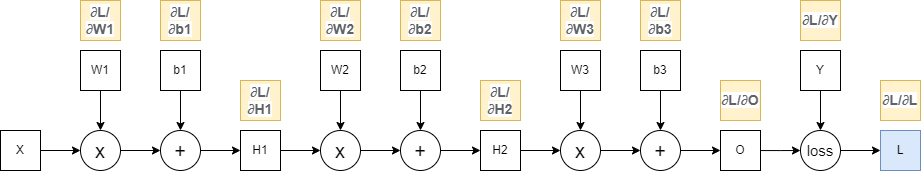
Before: mlp-with-loss-vectorization.drawio.png, a diagram exported from draw.io (lsc4719/MyViewOfComputationalGraphs). Source tidied: cells renumbered, new cells last; positions are measured from the earlier drawing's top-left corner, leaving out a move shared by most shapes.
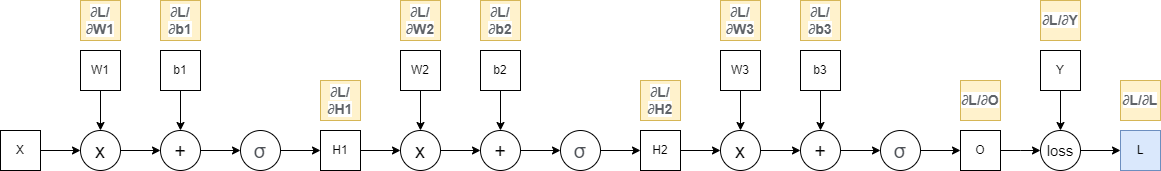
Later version of the same file.

Commit message:
mlp-with-loss-vectorization.drawio.png이 추가되었습니다.

Diff of the diagram source:
```diff
@@ -26,7 +26,7 @@
     <mxCell id="9" value="b1" style="whiteSpace=wrap;html=1;" parent="1" vertex="1">
       <mxGeometry x="160" y="50" width="40" height="40" as="geometry" />
     </mxCell>
-    <mxCell id="10" style="edgeStyle=orthogonalEdgeStyle;rounded=0;jettySize=auto;html=1;" parent="1" edge="1" source="11" target="13">
+    <mxCell id="10" style="edgeStyle=orthogonalEdgeStyle;rounded=0;jettySize=auto;html=1;entryX=0;entryY=0.5;entryDx=0;entryDy=0;" parent="1" edge="1" source="11" target="51">
       <mxGeometry relative="1" as="geometry" />
     </mxCell>
     <mxCell id="11" value="+" style="ellipse;whiteSpace=wrap;html=1;fontSize=20;" parent="1" vertex="1">
@@ -36,69 +36,69 @@
       <mxGeometry relative="1" as="geometry" />
     </mxCell>
     <mxCell id="13" value="H1" style="whiteSpace=wrap;html=1;" parent="1" vertex="1">
-      <mxGeometry x="240" y="130" width="40" height="40" as="geometry" />
+      <mxGeometry x="320" y="130" width="40" height="40" as="geometry" />
     </mxCell>
     <mxCell id="14" style="edgeStyle=orthogonalEdgeStyle;rounded=0;jettySize=auto;html=1;entryX=0;entryY=0.5;entryDx=0;entryDy=0;" parent="1" edge="1" source="15" target="21">
       <mxGeometry relative="1" as="geometry" />
     </mxCell>
     <mxCell id="15" value="x" style="ellipse;whiteSpace=wrap;html=1;fontSize=20;" parent="1" vertex="1">
-      <mxGeometry x="320" y="130" width="40" height="40" as="geometry" />
+      <mxGeometry x="400" y="130" width="40" height="40" as="geometry" />
     </mxCell>
     <mxCell id="16" style="edgeStyle=orthogonalEdgeStyle;rounded=0;jettySize=auto;html=1;" parent="1" edge="1" source="17" target="15">
       <mxGeometry relative="1" as="geometry" />
     </mxCell>
     <mxCell id="17" value="W2" style="whiteSpace=wrap;html=1;" parent="1" vertex="1">
-      <mxGeometry x="320" y="50" width="40" height="40" as="geometry" />
+      <mxGeometry x="400" y="50" width="40" height="40" as="geometry" />
     </mxCell>
     <mxCell id="18" style="edgeStyle=orthogonalEdgeStyle;rounded=0;jettySize=auto;html=1;" parent="1" edge="1" source="19" target="21">
       <mxGeometry relative="1" as="geometry" />
     </mxCell>
     <mxCell id="19" value="b2" style="whiteSpace=wrap;html=1;" parent="1" vertex="1">
-      <mxGeometry x="400" y="50" width="40" height="40" as="geometry" />
+      <mxGeometry x="480" y="50" width="40" height="40" as="geometry" />
     </mxCell>
-    <mxCell id="20" style="edgeStyle=orthogonalEdgeStyle;rounded=0;jettySize=auto;html=1;" parent="1" edge="1" source="21" target="23">
+    <mxCell id="20" style="edgeStyle=orthogonalEdgeStyle;rounded=0;jettySize=auto;html=1;entryX=0;entryY=0.5;entryDx=0;entryDy=0;" parent="1" edge="1" source="21" target="53">
       <mxGeometry relative="1" as="geometry" />
     </mxCell>
     <mxCell id="21" value="+" style="ellipse;whiteSpace=wrap;html=1;fontSize=20;" parent="1" vertex="1">
-      <mxGeometry x="400" y="130" width="40" height="40" as="geometry" />
+      <mxGeometry x="480" y="130" width="40" height="40" as="geometry" />
     </mxCell>
     <mxCell id="22" style="edgeStyle=orthogonalEdgeStyle;rounded=0;jettySize=auto;html=1;exitX=1;exitY=0.5;exitDx=0;exitDy=0;" parent="1" edge="1" source="23" target="25">
       <mxGeometry relative="1" as="geometry" />
     </mxCell>
     <mxCell id="23" value="H2" style="whiteSpace=wrap;html=1;" parent="1" vertex="1">
-      <mxGeometry x="480" y="130" width="40" height="40" as="geometry" />
+      <mxGeometry x="640" y="130" width="40" height="40" as="geometry" />
     </mxCell>
     <mxCell id="24" style="edgeStyle=orthogonalEdgeStyle;rounded=0;jettySize=auto;html=1;entryX=0;entryY=0.5;entryDx=0;entryDy=0;" parent="1" edge="1" source="25" target="31">
       <mxGeometry relative="1" as="geometry" />
     </mxCell>
     <mxCell id="25" value="x" style="ellipse;whiteSpace=wrap;html=1;fontSize=20;" parent="1" vertex="1">
-      <mxGeometry x="560" y="130" width="40" height="40" as="geometry" />
+      <mxGeometry x="720" y="130" width="40" height="40" as="geometry" />
     </mxCell>
     <mxCell id="26" style="edgeStyle=orthogonalEdgeStyle;rounded=0;jettySize=auto;html=1;" parent="1" edge="1" source="27" target="25">
       <mxGeometry relative="1" as="geometry" />
     </mxCell>
     <mxCell id="27" value="W3" style="whiteSpace=wrap;html=1;" parent="1" vertex="1">
-      <mxGeometry x="560" y="50" width="40" height="40" as="geometry" />
+      <mxGeometry x="720" y="50" width="40" height="40" as="geometry" />
     </mxCell>
     <mxCell id="28" style="edgeStyle=orthogonalEdgeStyle;rounded=0;jettySize=auto;html=1;" parent="1" edge="1" source="29" target="31">
       <mxGeometry relative="1" as="geometry" />
     </mxCell>
     <mxCell id="29" value="b3" style="whiteSpace=wrap;html=1;" parent="1" vertex="1">
-      <mxGeometry x="640" y="50" width="40" height="40" as="geometry" />
+      <mxGeometry x="800" y="50" width="40" height="40" as="geometry" />
     </mxCell>
-    <mxCell id="30" style="edgeStyle=orthogonalEdgeStyle;rounded=0;jettySize=auto;html=1;" parent="1" edge="1" source="31" target="33">
+    <mxCell id="30" style="edgeStyle=orthogonalEdgeStyle;rounded=0;jettySize=auto;html=1;entryX=0;entryY=0.5;entryDx=0;entryDy=0;" parent="1" edge="1" source="31" target="55">
       <mxGeometry relative="1" as="geometry" />
     </mxCell>
     <mxCell id="31" value="+" style="ellipse;whiteSpace=wrap;html=1;fontSize=20;" parent="1" vertex="1">
-      <mxGeometry x="640" y="130" width="40" height="40" as="geometry" />
+      <mxGeometry x="800" y="130" width="40" height="40" as="geometry" />
     </mxCell>
     <mxCell id="32" style="edgeStyle=orthogonalEdgeStyle;rounded=0;jettySize=auto;html=1;entryX=0;entryY=0.5;entryDx=0;entryDy=0;" parent="1" edge="1" source="33">
       <mxGeometry relative="1" as="geometry">
-        <mxPoint x="800" y="150" as="targetPoint" />
+        <mxPoint x="1040" y="150" as="targetPoint" />
       </mxGeometry>
     </mxCell>
     <mxCell id="33" value="O" style="whiteSpace=wrap;html=1;" parent="1" vertex="1">
-      <mxGeometry x="720" y="130" width="40" height="40" as="geometry" />
+      <mxGeometry x="960" y="130" width="40" height="40" as="geometry" />
     </mxCell>
     <mxCell id="34" value="&lt;span style=&quot;font-weight: bold; color: rgb(95, 99, 104); font-family: &amp;quot;Apple SD Gothic Neo&amp;quot;, arial, sans-serif; font-size: 14px; text-align: left; background-color: rgb(255, 255, 255);&quot;&gt;∂L/&lt;/span&gt;&lt;span style=&quot;font-weight: bold; color: rgb(95, 99, 104); font-family: &amp;quot;Apple SD Gothic Neo&amp;quot;, arial, sans-serif; font-size: 14px; text-align: left; background-color: rgb(255, 255, 255);&quot;&gt;∂W1&lt;/span&gt;" style="whiteSpace=wrap;html=1;fillColor=#fff2cc;strokeColor=#d6b656;" parent="1" vertex="1">
       <mxGeometry x="80" width="40" height="40" as="geometry" />
@@ -107,46 +107,64 @@
       <mxGeometry x="160" width="40" height="40" as="geometry" />
     </mxCell>
     <mxCell id="36" value="&lt;span style=&quot;font-weight: bold; color: rgb(95, 99, 104); font-family: &amp;quot;Apple SD Gothic Neo&amp;quot;, arial, sans-serif; font-size: 14px; text-align: left; background-color: rgb(255, 255, 255);&quot;&gt;∂L/&lt;/span&gt;&lt;span style=&quot;font-weight: bold; color: rgb(95, 99, 104); font-family: &amp;quot;Apple SD Gothic Neo&amp;quot;, arial, sans-serif; font-size: 14px; text-align: left; background-color: rgb(255, 255, 255);&quot;&gt;∂H1&lt;/span&gt;" style="whiteSpace=wrap;html=1;fillColor=#fff2cc;strokeColor=#d6b656;" parent="1" vertex="1">
-      <mxGeometry x="240" y="80" width="40" height="40" as="geometry" />
+      <mxGeometry x="320" y="80" width="40" height="40" as="geometry" />
     </mxCell>
     <mxCell id="37" value="&lt;span style=&quot;font-weight: bold; color: rgb(95, 99, 104); font-family: &amp;quot;Apple SD Gothic Neo&amp;quot;, arial, sans-serif; font-size: 14px; text-align: left; background-color: rgb(255, 255, 255);&quot;&gt;∂L/&lt;/span&gt;&lt;span style=&quot;font-weight: bold; color: rgb(95, 99, 104); font-family: &amp;quot;Apple SD Gothic Neo&amp;quot;, arial, sans-serif; font-size: 14px; text-align: left; background-color: rgb(255, 255, 255);&quot;&gt;∂W2&lt;/span&gt;" style="whiteSpace=wrap;html=1;fillColor=#fff2cc;strokeColor=#d6b656;" parent="1" vertex="1">
-      <mxGeometry x="320" width="40" height="40" as="geometry" />
+      <mxGeometry x="400" width="40" height="40" as="geometry" />
     </mxCell>
     <mxCell id="38" value="&lt;span style=&quot;font-weight: bold; color: rgb(95, 99, 104); font-family: &amp;quot;Apple SD Gothic Neo&amp;quot;, arial, sans-serif; font-size: 14px; text-align: left; background-color: rgb(255, 255, 255);&quot;&gt;∂L/&lt;/span&gt;&lt;span style=&quot;font-weight: bold; color: rgb(95, 99, 104); font-family: &amp;quot;Apple SD Gothic Neo&amp;quot;, arial, sans-serif; font-size: 14px; text-align: left; background-color: rgb(255, 255, 255);&quot;&gt;∂b2&lt;/span&gt;" style="whiteSpace=wrap;html=1;fillColor=#fff2cc;strokeColor=#d6b656;" parent="1" vertex="1">
-      <mxGeometry x="400" width="40" height="40" as="geometry" />
+      <mxGeometry x="480" width="40" height="40" as="geometry" />
     </mxCell>
     <mxCell id="39" value="&lt;span style=&quot;font-weight: bold; color: rgb(95, 99, 104); font-family: &amp;quot;Apple SD Gothic Neo&amp;quot;, arial, sans-serif; font-size: 14px; text-align: left; background-color: rgb(255, 255, 255);&quot;&gt;∂L/&lt;/span&gt;&lt;span style=&quot;font-weight: bold; color: rgb(95, 99, 104); font-family: &amp;quot;Apple SD Gothic Neo&amp;quot;, arial, sans-serif; font-size: 14px; text-align: left; background-color: rgb(255, 255, 255);&quot;&gt;∂H2&lt;/span&gt;" style="whiteSpace=wrap;html=1;fillColor=#fff2cc;strokeColor=#d6b656;" parent="1" vertex="1">
-      <mxGeometry x="480" y="80" width="40" height="40" as="geometry" />
+      <mxGeometry x="640" y="80" width="40" height="40" as="geometry" />
     </mxCell>
     <mxCell id="40" value="&lt;span style=&quot;font-weight: bold; color: rgb(95, 99, 104); font-family: &amp;quot;Apple SD Gothic Neo&amp;quot;, arial, sans-serif; font-size: 14px; text-align: left; background-color: rgb(255, 255, 255);&quot;&gt;∂L/&lt;/span&gt;&lt;span style=&quot;font-weight: bold; color: rgb(95, 99, 104); font-family: &amp;quot;Apple SD Gothic Neo&amp;quot;, arial, sans-serif; font-size: 14px; text-align: left; background-color: rgb(255, 255, 255);&quot;&gt;∂W3&lt;/span&gt;" style="whiteSpace=wrap;html=1;fillColor=#fff2cc;strokeColor=#d6b656;" parent="1" vertex="1">
-      <mxGeometry x="560" width="40" height="40" as="geometry" />
+      <mxGeometry x="720" width="40" height="40" as="geometry" />
     </mxCell>
     <mxCell id="41" value="&lt;span style=&quot;font-weight: bold; color: rgb(95, 99, 104); font-family: &amp;quot;Apple SD Gothic Neo&amp;quot;, arial, sans-serif; font-size: 14px; text-align: left; background-color: rgb(255, 255, 255);&quot;&gt;∂L/&lt;/span&gt;&lt;span style=&quot;font-weight: bold; color: rgb(95, 99, 104); font-family: &amp;quot;Apple SD Gothic Neo&amp;quot;, arial, sans-serif; font-size: 14px; text-align: left; background-color: rgb(255, 255, 255);&quot;&gt;∂b3&lt;/span&gt;" style="whiteSpace=wrap;html=1;fillColor=#fff2cc;strokeColor=#d6b656;" parent="1" vertex="1">
-      <mxGeometry x="640" width="40" height="40" as="geometry" />
+      <mxGeometry x="800" width="40" height="40" as="geometry" />
     </mxCell>
     <mxCell id="42" value="&lt;span style=&quot;font-weight: bold; color: rgb(95, 99, 104); font-family: &amp;quot;Apple SD Gothic Neo&amp;quot;, arial, sans-serif; font-size: 14px; text-align: left; background-color: rgb(255, 255, 255);&quot;&gt;∂L/&lt;/span&gt;&lt;span style=&quot;font-weight: bold; color: rgb(95, 99, 104); font-family: &amp;quot;Apple SD Gothic Neo&amp;quot;, arial, sans-serif; font-size: 14px; text-align: left; background-color: rgb(255, 255, 255);&quot;&gt;∂O&lt;/span&gt;" style="whiteSpace=wrap;html=1;fillColor=#fff2cc;strokeColor=#d6b656;" parent="1" vertex="1">
-      <mxGeometry x="720" y="80" width="40" height="40" as="geometry" />
+      <mxGeometry x="960" y="80" width="40" height="40" as="geometry" />
     </mxCell>
     <mxCell id="43" style="edgeStyle=orthogonalEdgeStyle;rounded=0;jettySize=auto;html=1;" parent="1" edge="1" source="44" target="45">
       <mxGeometry relative="1" as="geometry" />
     </mxCell>
     <mxCell id="44" value="&lt;font style=&quot;font-size: 15px;&quot;&gt;loss&lt;/font&gt;" style="ellipse;whiteSpace=wrap;html=1;fontSize=15;" parent="1" vertex="1">
-      <mxGeometry x="800" y="130" width="40" height="40" as="geometry" />
+      <mxGeometry x="1040" y="130" width="40" height="40" as="geometry" />
     </mxCell>
     <mxCell id="45" value="L" style="whiteSpace=wrap;html=1;fillColor=#dae8fc;strokeColor=#6c8ebf;" parent="1" vertex="1">
-      <mxGeometry x="880" y="130" width="40" height="40" as="geometry" />
+      <mxGeometry x="1120" y="130" width="40" height="40" as="geometry" />
     </mxCell>
     <mxCell id="46" style="edgeStyle=orthogonalEdgeStyle;rounded=0;jettySize=auto;html=1;" parent="1" edge="1" source="47" target="44">
       <mxGeometry relative="1" as="geometry" />
     </mxCell>
     <mxCell id="47" value="Y" style="whiteSpace=wrap;html=1;" parent="1" vertex="1">
-      <mxGeometry x="800" y="50" width="40" height="40" as="geometry" />
+      <mxGeometry x="1040" y="50" width="40" height="40" as="geometry" />
     </mxCell>
     <mxCell id="48" value="&lt;span style=&quot;font-weight: bold; color: rgb(95, 99, 104); font-family: &amp;quot;Apple SD Gothic Neo&amp;quot;, arial, sans-serif; font-size: 14px; text-align: left; background-color: rgb(255, 255, 255);&quot;&gt;∂L/&lt;/span&gt;&lt;span style=&quot;font-weight: bold; color: rgb(95, 99, 104); font-family: &amp;quot;Apple SD Gothic Neo&amp;quot;, arial, sans-serif; font-size: 14px; text-align: left; background-color: rgb(255, 255, 255);&quot;&gt;∂Y&lt;/span&gt;" style="whiteSpace=wrap;html=1;fillColor=#fff2cc;strokeColor=#d6b656;" parent="1" vertex="1">
-      <mxGeometry x="800" width="40" height="40" as="geometry" />
+      <mxGeometry x="1040" width="40" height="40" as="geometry" />
     </mxCell>
     <mxCell id="49" value="&lt;span style=&quot;font-weight: bold; color: rgb(95, 99, 104); font-family: &amp;quot;Apple SD Gothic Neo&amp;quot;, arial, sans-serif; font-size: 14px; text-align: left; background-color: rgb(255, 255, 255);&quot;&gt;∂L/&lt;/span&gt;&lt;span style=&quot;font-weight: bold; color: rgb(95, 99, 104); font-family: &amp;quot;Apple SD Gothic Neo&amp;quot;, arial, sans-serif; font-size: 14px; text-align: left; background-color: rgb(255, 255, 255);&quot;&gt;∂L&lt;/span&gt;" style="whiteSpace=wrap;html=1;fillColor=#fff2cc;strokeColor=#d6b656;" parent="1" vertex="1">
-      <mxGeometry x="880" y="80" width="40" height="40" as="geometry" />
+      <mxGeometry x="1120" y="80" width="40" height="40" as="geometry" />
     </mxCell>
+    <mxCell id="50" style="edgeStyle=orthogonalEdgeStyle;rounded=0;jettySize=auto;html=1;entryX=0;entryY=0.5;entryDx=0;entryDy=0;" parent="1" edge="1" source="51" target="13">
+      <mxGeometry relative="1" as="geometry" />
+    </mxCell>
+    <mxCell id="51" value="&lt;span style=&quot;color: rgb(77, 81, 86); font-family: &amp;quot;Apple SD Gothic Neo&amp;quot;, arial, sans-serif; text-align: left; background-color: rgb(255, 255, 255);&quot;&gt;&lt;font style=&quot;font-size: 20px;&quot;&gt;σ&lt;/font&gt;&lt;/span&gt;" style="ellipse;whiteSpace=wrap;html=1;fontSize=20;" parent="1" vertex="1">
+      <mxGeometry x="240" y="130" width="40" height="40" as="geometry" />
+    </mxCell>
+    <mxCell id="52" style="edgeStyle=orthogonalEdgeStyle;rounded=0;jettySize=auto;html=1;exitX=1;exitY=0.5;exitDx=0;exitDy=0;entryX=0;entryY=0.5;entryDx=0;entryDy=0;" parent="1" edge="1" source="53" target="23">
+      <mxGeometry relative="1" as="geometry" />
+    </mxCell>
+    <mxCell id="53" value="&lt;span style=&quot;color: rgb(77, 81, 86); font-family: &amp;quot;Apple SD Gothic Neo&amp;quot;, arial, sans-serif; text-align: left; background-color: rgb(255, 255, 255);&quot;&gt;&lt;font style=&quot;font-size: 20px;&quot;&gt;σ&lt;/font&gt;&lt;/span&gt;" style="ellipse;whiteSpace=wrap;html=1;fontSize=20;" parent="1" vertex="1">
+      <mxGeometry x="560" y="130" width="40" height="40" as="geometry" />
+    </mxCell>
+    <mxCell id="54" style="edgeStyle=orthogonalEdgeStyle;rounded=0;jettySize=auto;html=1;exitX=1;exitY=0.5;exitDx=0;exitDy=0;entryX=0;entryY=0.5;entryDx=0;entryDy=0;" parent="1" edge="1" source="55" target="33">
+      <mxGeometry relative="1" as="geometry" />
+    </mxCell>
+    <mxCell id="55" value="&lt;span style=&quot;color: rgb(77, 81, 86); font-family: &amp;quot;Apple SD Gothic Neo&amp;quot;, arial, sans-serif; text-align: left; background-color: rgb(255, 255, 255);&quot;&gt;&lt;font style=&quot;font-size: 20px;&quot;&gt;σ&lt;/font&gt;&lt;/span&gt;" style="ellipse;whiteSpace=wrap;html=1;fontSize=20;" parent="1" vertex="1">
+      <mxGeometry x="880" y="130" width="40" height="40" as="geometry" />
+    </mxCell>
   </root>
 </mxGraphModel>
```
